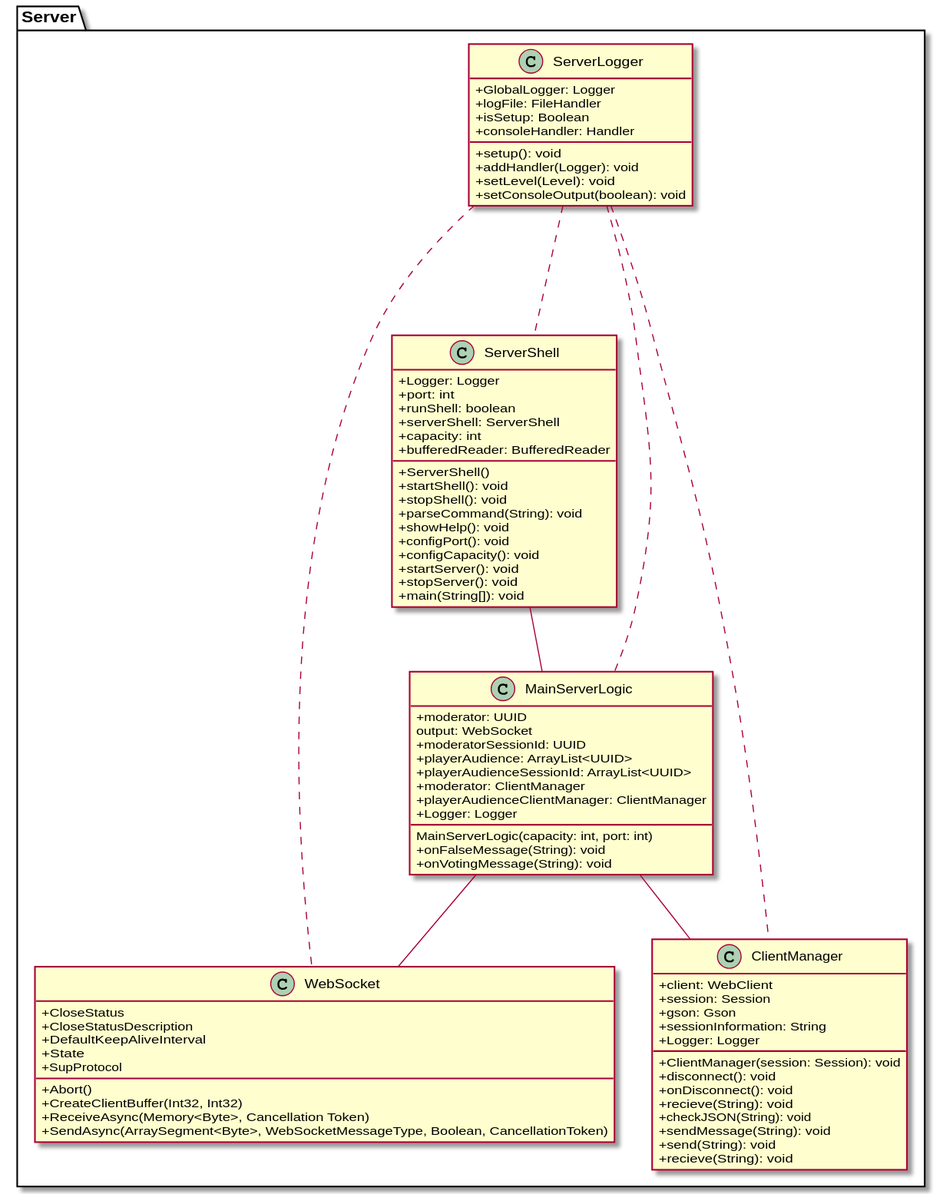
Brotenko/QualityQuest keeps this PlantUML diagram as Docs/Technical Specifications/docs/diagrams/ServerClassDiagram.svg. Above is the earlier version.
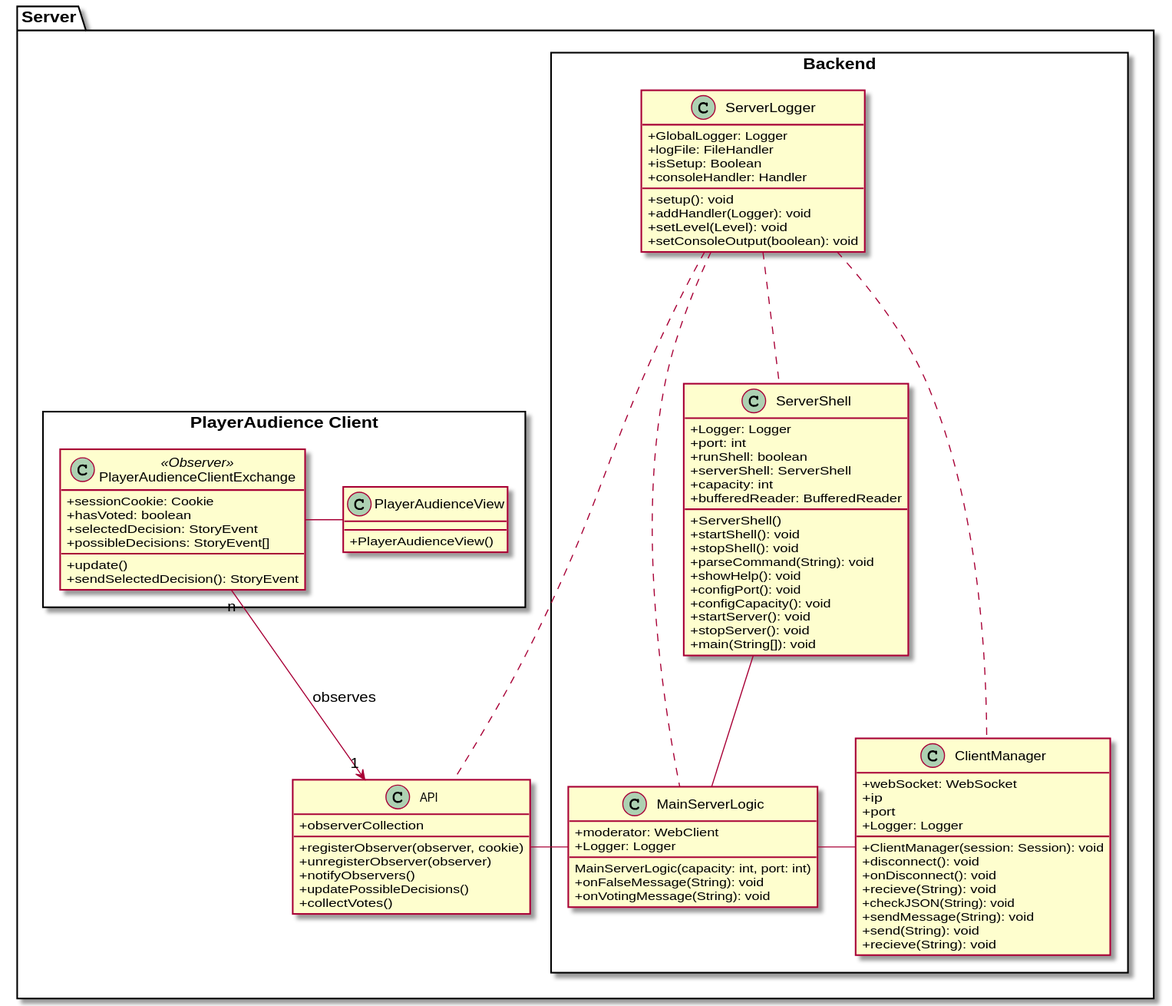
After the commit.

Commit message:
expanded class diagram

What changed in the source:
```diff
@@ -2,85 +2,94 @@
 skinparam classAttributeIconSize 0
 
 package "Server" {
-  class "ServerShell" as ss {
-    {field} +Logger: Logger
-    {field} +port: int
-    {field} +runShell: boolean
-    {field} +serverShell: ServerShell
-    {field} +capacity: int
-    {field} +bufferedReader: BufferedReader
-    {method} +ServerShell()
-    {method} +startShell(): void
-    {method} +stopShell(): void
-    {method} +parseCommand(String): void
-    {method} +showHelp(): void
-    {method} +configPort(): void
-    {method} +configCapacity(): void
-    {method} +startServer(): void
-    {method} +stopServer(): void
-    {method} +main(String[]): void
+   class "API" as api {
+        {field} +observerCollection
+        {method} +registerObserver(observer, cookie)
+        {method} +unregisterObserver(observer)
+        {method} +notifyObservers()
+        {method} +updatePossibleDecisions()
+        {method} +collectVotes()
   }
+  package "Backend" <<Rectangle>>{
+    class "ServerShell" as ss {
+      {field} +Logger: Logger
+      {field} +port: int
+      {field} +runShell: boolean
+      {field} +serverShell: ServerShell
+      {field} +capacity: int
+      {field} +bufferedReader: BufferedReader
+      {method} +ServerShell()
+      {method} +startShell(): void
+      {method} +stopShell(): void
+      {method} +parseCommand(String): void
+      {method} +showHelp(): void
+      {method} +configPort(): void
+      {method} +configCapacity(): void
+      {method} +startServer(): void
+      {method} +stopServer(): void
+      {method} +main(String[]): void
+    }
 
-  class "WebSocket" as ws {
-    {field} +CloseStatus
-    {field} +CloseStatusDescription
-    {field} +DefaultKeepAliveInterval
-    {field} +State
-    {field} +SupProtocol
-    {method} +Abort()
-    {method} +CreateClientBuffer(Int32, Int32)
-    {method} +ReceiveAsync(Memory<Byte>, Cancellation Token)
-    {method} +SendAsync(ArraySegment<Byte>, WebSocketMessageType, Boolean, CancellationToken)
+    class "ClientManager" as cm {
+      {field} +webSocket: WebSocket
+      {field} +ip
+      {field} +port
+      {field} +Logger: Logger
+      {method} +ClientManager(session: Session): void
+      {method} +disconnect(): void
+      {method} +onDisconnect(): void
+      {method} +recieve(String): void
+      {method} +checkJSON(String): void
+      {method} +sendMessage(String): void
+      {method} +send(String): void
+      {method} +recieve(String): void
+    }
+
+    class "MainServerLogic" as msl {
+      {field} +moderator: WebClient
+      {field} +Logger: Logger
+      {method} MainServerLogic(capacity: int, port: int)
+      {method} +onFalseMessage(String): void
+      {method} +onVotingMessage(String): void
+
+    }
+
+    class "ServerLogger" as sl {
+      {field} +GlobalLogger: Logger
+      {field} +logFile: FileHandler
+      {field} +isSetup: Boolean
+      {field} +consoleHandler: Handler
+      {method} +setup(): void
+      {method} +addHandler(Logger): void
+      {method} +setLevel(Level): void
+      {method} +setConsoleOutput(boolean): void
+    }
   }
+  package "PlayerAudience Client" <<Rectangle>>{
+    class "PlayerAudienceClientExchange" as pace <<Observer>>{
+      {field} +sessionCookie: Cookie
+      {field} +hasVoted: boolean
+      {field} +selectedDecision: StoryEvent
+      {field} +possibleDecisions: StoryEvent[]
+      {method} +update()
+      {method} +sendSelectedDecision(): StoryEvent
+    }
+
+    class "PlayerAudienceView" as pav {
+      {method} +PlayerAudienceView()
+    }
+  }
+}
 
 
-  class "MainServerLogic" as msl {
-    {field} +moderator: UUID
-    {field} output: WebSocket
-    {field} +moderatorSessionId: UUID
-    {field} +playerAudience: ArrayList<UUID>
-    {field} +playerAudienceSessionId: ArrayList<UUID>
-    {field} +moderator: ClientManager
-    {field} +playerAudienceClientManager: ClientManager
-    {field} +Logger: Logger
-    {method} MainServerLogic(capacity: int, port: int)
-    {method} +onFalseMessage(String): void
-    {method} +onVotingMessage(String): void
 
-  }
-
-  class "ClientManager" as cm {
-    {field} +client: WebClient
-    {field} +session: Session
-    {field} +gson: Gson
-    {field} +sessionInformation: String
-    {field} +Logger: Logger
-    {method} +ClientManager(session: Session): void
-    {method} +disconnect(): void
-    {method} +onDisconnect(): void
-    {method} +recieve(String): void
-    {method} +checkJSON(String): void
-    {method} +sendMessage(String): void
-    {method} +send(String): void
-    {method} +recieve(String): void
-  }
-
-  class "ServerLogger" as sl {
-    {field} +GlobalLogger: Logger
-    {field} +logFile: FileHandler
-    {field} +isSetup: Boolean
-    {field} +consoleHandler: Handler
-    {method} +setup(): void
-    {method} +addHandler(Logger): void
-    {method} +setLevel(Level): void
-    {method} +setConsoleOutput(boolean): void
-  }
-}
 ss -- msl
-msl -- ws
-msl -- cm
+msl - cm
+msl -right- api
+sl ... cm
 sl ... msl
-sl ... ws
-sl ... cm
+sl ... api
 sl ... ss
+pace - pav
+api "1" <-up- "n" pace : observes
 @enduml
```
